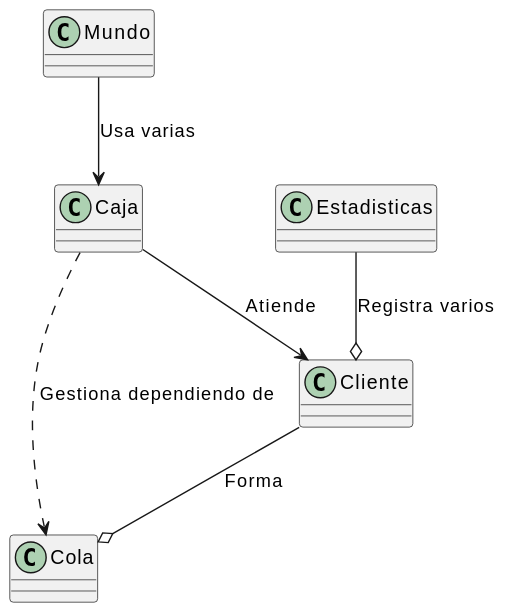
Above: modelosUML y svg/svg/diagramaClases.svg in mmasias/24-25-IdSw2-SDD (PlantUML), before the change. Source of this version:
```plantuml
@startuml
class Mundo {
}
class Caja {
}
class Cola {
}
class Cliente {
}

class Estadisticas {
}


Mundo --> Caja : "Usa varias"
Caja --> Cliente : "Atiende"
Cliente --o Cola : "Forma"
Caja ..> Cola : "Gestiona dependiendo de"
Estadisticas --o Cliente : "Registra varios"
@enduml
```
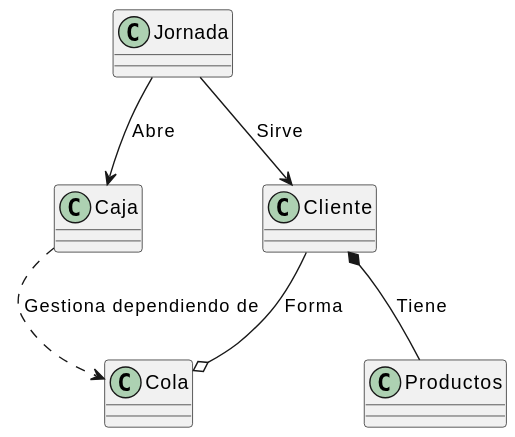
After the commit.

Commit message:
Recuperacion del diagrama V1

What changed in the source:
```diff
@@ -1,5 +1,5 @@
 @startuml
-class Mundo {
+class Jornada {
 }
 class Caja {
 }
@@ -7,14 +7,12 @@
 }
 class Cliente {
 }
-
-class Estadisticas {
+class Productos {
 }
 
-
-Mundo --> Caja : "Usa varias"
-Caja --> Cliente : "Atiende"
+Jornada --> Caja : "Abre"
+Jornada --> Cliente : "Sirve"
+Cliente *-- Productos : "Tiene"
 Cliente --o Cola : "Forma"
 Caja ..> Cola : "Gestiona dependiendo de"
-Estadisticas --o Cliente : "Registra varios"
 @enduml
```
